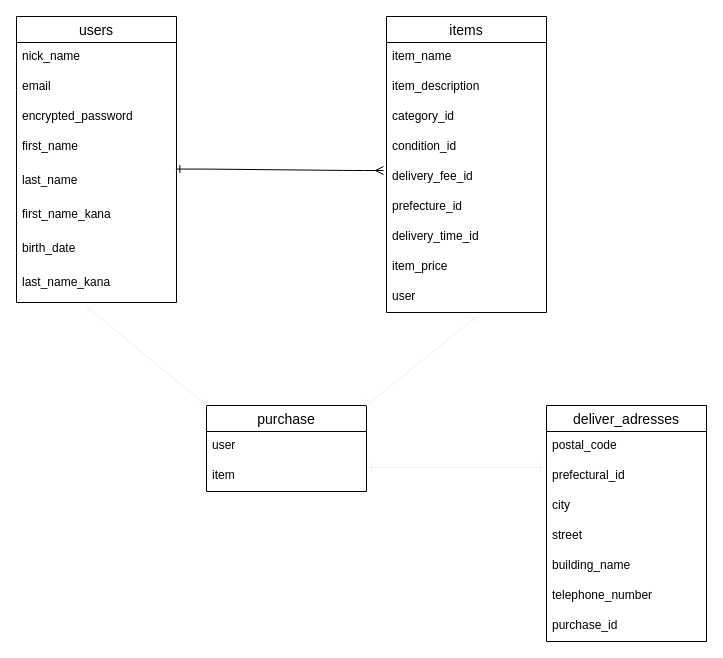
Earlier version of the draw.io diagram datebase.dio (QPtaro/furima-36694). Source tidied: cells renumbered, new cells numbered last; positions are measured from the earlier drawing's top-left corner, leaving out a move shared by most shapes. Both pictures are drawn from the tidied source at 100%, with x=0, y=0 at pixel (16, 16).
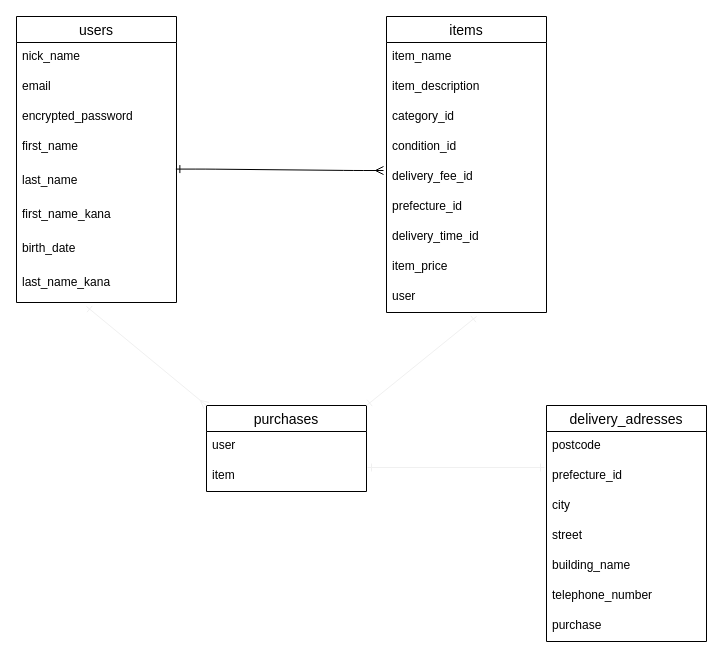
Above is the later version.

Commit message:
データベース設計修正６

Change to the diagram source:
```diff
@@
-    <mxCell id="21" value="deliver_adresses" style="swimlane;fontStyle=0;horizontal=1;startSize=26;align=center;fontSize=14;" parent="1" vertex="1">
+    <mxCell id="21" value="delivery_adresses" style="swimlane;fontStyle=0;horizontal=1;startSize=26;align=center;fontSize=14;" parent="1" vertex="1">
       <mxGeometry x="530" y="389" width="160" height="236" as="geometry" />
     </mxCell>
-    <mxCell id="22" value="postal_code" style="text;strokeColor=none;fillColor=none;spacingLeft=4;spacingRight=4;overflow=hidden;fontSize=12;" parent="21" vertex="1">
+    <mxCell id="22" value="postcode" style="text;strokeColor=none;fillColor=none;spacingLeft=4;spacingRight=4;overflow=hidden;fontSize=12;" parent="21" vertex="1">
       <mxGeometry y="26" width="160" height="30" as="geometry" />
     </mxCell>
-    <mxCell id="23" value="prefectural_id" style="text;strokeColor=none;fillColor=none;spacingLeft=4;spacingRight=4;overflow=hidden;fontSize=12;" parent="21" vertex="1">
+    <mxCell id="23" value="prefecture_id" style="text;strokeColor=none;fillColor=none;spacingLeft=4;spacingRight=4;overflow=hidden;fontSize=12;" parent="21" vertex="1">
       <mxGeometry y="56" width="160" height="30" as="geometry" />
     </mxCell>
@@
-    <mxCell id="28" value="purchase_id" style="text;strokeColor=none;fillColor=none;spacingLeft=4;spacingRight=4;overflow=hidden;fontSize=12;" parent="21" vertex="1">
+    <mxCell id="28" value="purchase" style="text;strokeColor=none;fillColor=none;spacingLeft=4;spacingRight=4;overflow=hidden;fontSize=12;" parent="21" vertex="1">
       <mxGeometry y="206" width="160" height="30" as="geometry" />
     </mxCell>
@@
-    <mxCell id="30" value="purchase" style="swimlane;fontStyle=0;horizontal=1;startSize=26;align=center;fontSize=14;" parent="1" vertex="1">
+    <mxCell id="30" value="purchases" style="swimlane;fontStyle=0;horizontal=1;startSize=26;align=center;fontSize=14;" parent="1" vertex="1">
       <mxGeometry x="190" y="389" width="160" height="86" as="geometry" />
     </mxCell>
```
